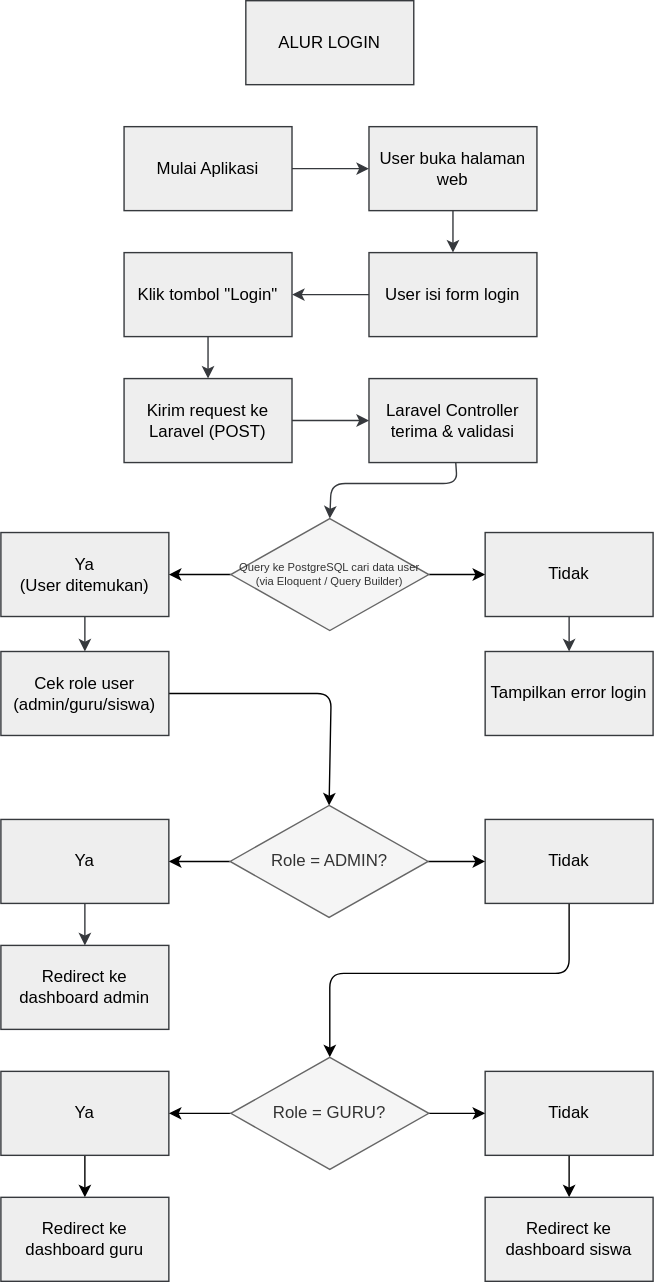
SukaMCD/Aplikasi-Guru keeps this draw.io diagram as Flowchart.drawio.svg. Above is the earlier version. Source tidied: cells renumbered, new cells last; positions are measured from the earlier drawing's top-left corner, leaving out a move shared by most shapes.
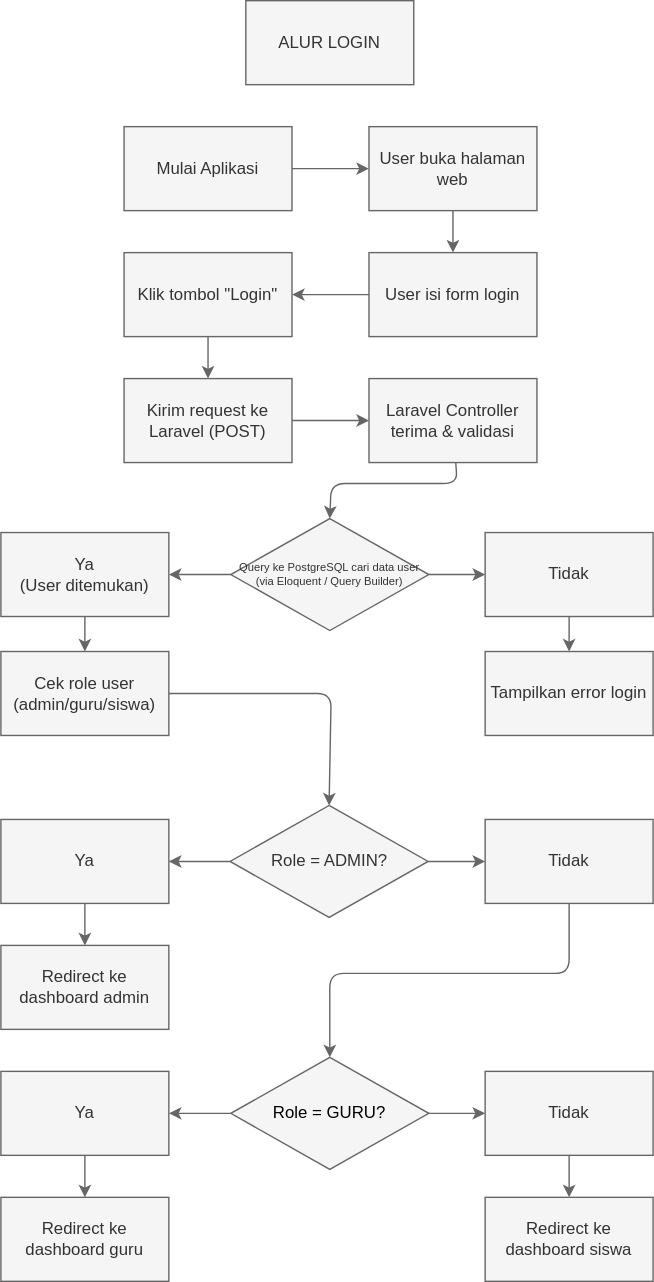
Later version of the same file.

Commit message:
FLOWCHART FIXX

Diff of the diagram source:
```diff
@@ -2,37 +2,37 @@
   <root>
     <mxCell id="0" />
     <mxCell id="1" parent="0" />
-    <mxCell id="2" style="edgeStyle=none;html=1;entryX=0;entryY=0.5;entryDx=0;entryDy=0;fillColor=#eeeeee;strokeColor=#36393d;" parent="1" edge="1" source="3" target="5">
+    <mxCell id="2" style="edgeStyle=none;html=1;entryX=0;entryY=0.5;entryDx=0;entryDy=0;fillColor=#f5f5f5;strokeColor=light-dark(#666666,#FFFFFF);" parent="1" edge="1" source="3" target="5">
       <mxGeometry relative="1" as="geometry" />
     </mxCell>
-    <mxCell id="3" value="Mulai Aplikasi" style="rounded=0;whiteSpace=wrap;html=1;fillColor=#eeeeee;strokeColor=#36393d;" parent="1" vertex="1">
+    <mxCell id="3" value="Mulai Aplikasi" style="rounded=0;whiteSpace=wrap;html=1;fillColor=#f5f5f5;strokeColor=light-dark(#666666,#FFFFFF);fontColor=#333333;" parent="1" vertex="1">
       <mxGeometry x="88" y="90" width="120" height="60" as="geometry" />
     </mxCell>
-    <mxCell id="4" style="edgeStyle=none;html=1;entryX=0.5;entryY=0;entryDx=0;entryDy=0;fillColor=#eeeeee;strokeColor=#36393d;" parent="1" edge="1" source="5" target="7">
+    <mxCell id="4" style="edgeStyle=none;html=1;entryX=0.5;entryY=0;entryDx=0;entryDy=0;fillColor=#f5f5f5;strokeColor=light-dark(#666666,#FFFFFF);" parent="1" edge="1" source="5" target="7">
       <mxGeometry relative="1" as="geometry" />
     </mxCell>
-    <mxCell id="5" value="User buka halaman web" style="rounded=0;whiteSpace=wrap;html=1;fillColor=#eeeeee;strokeColor=#36393d;" parent="1" vertex="1">
+    <mxCell id="5" value="User buka halaman web" style="rounded=0;whiteSpace=wrap;html=1;fillColor=#f5f5f5;strokeColor=light-dark(#666666,#FFFFFF);fontColor=#333333;" parent="1" vertex="1">
       <mxGeometry x="263" y="90" width="120" height="60" as="geometry" />
     </mxCell>
-    <mxCell id="6" style="edgeStyle=none;html=1;fillColor=#eeeeee;strokeColor=#36393d;" parent="1" edge="1" source="7" target="9">
+    <mxCell id="6" style="edgeStyle=none;html=1;fillColor=#f5f5f5;strokeColor=light-dark(#666666,#FFFFFF);" parent="1" edge="1" source="7" target="9">
       <mxGeometry relative="1" as="geometry" />
     </mxCell>
-    <mxCell id="7" value="User isi form login" style="rounded=0;whiteSpace=wrap;html=1;fillColor=#eeeeee;strokeColor=#36393d;" parent="1" vertex="1">
+    <mxCell id="7" value="User isi form login" style="rounded=0;whiteSpace=wrap;html=1;fillColor=#f5f5f5;strokeColor=light-dark(#666666,#FFFFFF);fontColor=#333333;" parent="1" vertex="1">
       <mxGeometry x="263" y="180" width="120" height="60" as="geometry" />
     </mxCell>
-    <mxCell id="8" style="edgeStyle=none;html=1;entryX=0.5;entryY=0;entryDx=0;entryDy=0;fillColor=#eeeeee;strokeColor=#36393d;" parent="1" edge="1" source="9" target="11">
+    <mxCell id="8" style="edgeStyle=none;html=1;entryX=0.5;entryY=0;entryDx=0;entryDy=0;fillColor=#f5f5f5;strokeColor=light-dark(#666666,#FFFFFF);" parent="1" edge="1" source="9" target="11">
       <mxGeometry relative="1" as="geometry" />
     </mxCell>
-    <mxCell id="9" value="Klik tombol &quot;Login&quot;" style="rounded=0;whiteSpace=wrap;html=1;fillColor=#eeeeee;strokeColor=#36393d;" parent="1" vertex="1">
+    <mxCell id="9" value="Klik tombol &quot;Login&quot;" style="rounded=0;whiteSpace=wrap;html=1;fillColor=#f5f5f5;strokeColor=light-dark(#666666,#FFFFFF);fontColor=#333333;" parent="1" vertex="1">
       <mxGeometry x="88" y="180" width="120" height="60" as="geometry" />
     </mxCell>
-    <mxCell id="10" style="edgeStyle=none;html=1;entryX=0;entryY=0.5;entryDx=0;entryDy=0;fillColor=#eeeeee;strokeColor=#36393d;" parent="1" edge="1" source="11" target="13">
+    <mxCell id="10" style="edgeStyle=none;html=1;entryX=0;entryY=0.5;entryDx=0;entryDy=0;fillColor=#f5f5f5;strokeColor=light-dark(#666666,#FFFFFF);" parent="1" edge="1" source="11" target="13">
       <mxGeometry relative="1" as="geometry" />
     </mxCell>
-    <mxCell id="11" value="Kirim request ke Laravel (POST)" style="rounded=0;whiteSpace=wrap;html=1;fillColor=#eeeeee;strokeColor=#36393d;" parent="1" vertex="1">
+    <mxCell id="11" value="Kirim request ke Laravel (POST)" style="rounded=0;whiteSpace=wrap;html=1;fillColor=#f5f5f5;strokeColor=light-dark(#666666,#FFFFFF);fontColor=#333333;" parent="1" vertex="1">
       <mxGeometry x="88" y="270" width="120" height="60" as="geometry" />
     </mxCell>
-    <mxCell id="12" style="edgeStyle=none;html=1;fillColor=#eeeeee;strokeColor=#36393d;entryX=0.5;entryY=0;entryDx=0;entryDy=0;" parent="1" edge="1" source="13" target="35">
+    <mxCell id="12" style="edgeStyle=none;html=1;fillColor=#f5f5f5;strokeColor=light-dark(#666666,#FFFFFF);entryX=0.5;entryY=0;entryDx=0;entryDy=0;" parent="1" edge="1" source="13" target="35">
       <mxGeometry relative="1" as="geometry">
         <Array as="points">
           <mxPoint x="326" y="345" />
@@ -40,41 +40,41 @@
         </Array>
       </mxGeometry>
     </mxCell>
-    <mxCell id="13" value="Laravel Controller terima &amp;amp; validasi" style="rounded=0;whiteSpace=wrap;html=1;fillColor=#eeeeee;strokeColor=#36393d;" parent="1" vertex="1">
+    <mxCell id="13" value="Laravel Controller terima &amp;amp; validasi" style="rounded=0;whiteSpace=wrap;html=1;fillColor=#f5f5f5;strokeColor=light-dark(#666666,#FFFFFF);fontColor=#333333;" parent="1" vertex="1">
       <mxGeometry x="263" y="270" width="120" height="60" as="geometry" />
     </mxCell>
-    <mxCell id="14" style="edgeStyle=none;html=1;fillColor=#eeeeee;strokeColor=#36393d;" parent="1" edge="1" source="15" target="19">
+    <mxCell id="14" style="edgeStyle=none;html=1;fillColor=#f5f5f5;strokeColor=light-dark(#666666,#FFFFFF);" parent="1" edge="1" source="15" target="19">
       <mxGeometry relative="1" as="geometry" />
     </mxCell>
-    <mxCell id="15" value="Ya&lt;div&gt;(User ditemukan)&lt;/div&gt;" style="rounded=0;whiteSpace=wrap;html=1;fillColor=#eeeeee;strokeColor=#36393d;" parent="1" vertex="1">
+    <mxCell id="15" value="Ya&lt;div&gt;(User ditemukan)&lt;/div&gt;" style="rounded=0;whiteSpace=wrap;html=1;fillColor=#f5f5f5;strokeColor=light-dark(#666666,#FFFFFF);fontColor=#333333;" parent="1" vertex="1">
       <mxGeometry y="380" width="120" height="60" as="geometry" />
     </mxCell>
-    <mxCell id="16" style="edgeStyle=none;html=1;fillColor=#eeeeee;strokeColor=#36393d;" parent="1" edge="1" source="17" target="20">
+    <mxCell id="16" style="edgeStyle=none;html=1;fillColor=#f5f5f5;strokeColor=light-dark(#666666,#FFFFFF);" parent="1" edge="1" source="17" target="20">
       <mxGeometry relative="1" as="geometry" />
     </mxCell>
-    <mxCell id="17" value="Tidak" style="rounded=0;whiteSpace=wrap;html=1;fillColor=#eeeeee;strokeColor=#36393d;" parent="1" vertex="1">
+    <mxCell id="17" value="Tidak" style="rounded=0;whiteSpace=wrap;html=1;fillColor=#f5f5f5;strokeColor=light-dark(#666666,#FFFFFF);fontColor=#333333;" parent="1" vertex="1">
       <mxGeometry x="346" y="380" width="120" height="60" as="geometry" />
     </mxCell>
-    <mxCell id="18" style="edgeStyle=none;html=1;entryX=0.5;entryY=0;entryDx=0;entryDy=0;" parent="1" edge="1" source="19" target="38">
+    <mxCell id="18" style="edgeStyle=none;html=1;entryX=0.5;entryY=0;entryDx=0;entryDy=0;fillColor=#f5f5f5;strokeColor=light-dark(#666666,#FFFFFF);" parent="1" edge="1" source="19" target="38">
       <mxGeometry relative="1" as="geometry">
         <Array as="points">
           <mxPoint x="236" y="495" />
         </Array>
       </mxGeometry>
     </mxCell>
-    <mxCell id="19" value="Cek role user (admin/guru/siswa)" style="rounded=0;whiteSpace=wrap;html=1;fillColor=#eeeeee;strokeColor=#36393d;" parent="1" vertex="1">
+    <mxCell id="19" value="Cek role user (admin/guru/siswa)" style="rounded=0;whiteSpace=wrap;html=1;fillColor=#f5f5f5;strokeColor=light-dark(#666666,#FFFFFF);fontColor=#333333;" parent="1" vertex="1">
       <mxGeometry y="465" width="120" height="60" as="geometry" />
     </mxCell>
-    <mxCell id="20" value="Tampilkan error login" style="rounded=0;whiteSpace=wrap;html=1;fillColor=#eeeeee;strokeColor=#36393d;" parent="1" vertex="1">
+    <mxCell id="20" value="Tampilkan error login" style="rounded=0;whiteSpace=wrap;html=1;fillColor=#f5f5f5;strokeColor=light-dark(#666666,#FFFFFF);fontColor=#333333;" parent="1" vertex="1">
       <mxGeometry x="346" y="465" width="120" height="60" as="geometry" />
     </mxCell>
-    <mxCell id="21" style="edgeStyle=none;html=1;fillColor=#eeeeee;strokeColor=#36393d;" parent="1" edge="1" source="22" target="25">
+    <mxCell id="21" style="edgeStyle=none;html=1;fillColor=#f5f5f5;strokeColor=light-dark(#666666,#FFFFFF);" parent="1" edge="1" source="22" target="25">
       <mxGeometry relative="1" as="geometry" />
     </mxCell>
-    <mxCell id="22" value="Ya" style="rounded=0;whiteSpace=wrap;html=1;fillColor=#eeeeee;strokeColor=#36393d;" parent="1" vertex="1">
+    <mxCell id="22" value="Ya" style="rounded=0;whiteSpace=wrap;html=1;fillColor=#f5f5f5;strokeColor=light-dark(#666666,#FFFFFF);fontColor=#333333;" parent="1" vertex="1">
       <mxGeometry y="585" width="120" height="60" as="geometry" />
     </mxCell>
-    <mxCell id="23" style="edgeStyle=none;html=1;entryX=0.5;entryY=0;entryDx=0;entryDy=0;" parent="1" edge="1" source="24" target="41">
+    <mxCell id="23" style="edgeStyle=none;html=1;entryX=0.5;entryY=0;entryDx=0;entryDy=0;fillColor=#f5f5f5;strokeColor=light-dark(#666666,#FFFFFF);" parent="1" edge="1" source="24" target="41">
       <mxGeometry relative="1" as="geometry">
         <Array as="points">
           <mxPoint x="406" y="695" />
@@ -82,58 +82,58 @@
         </Array>
       </mxGeometry>
     </mxCell>
-    <mxCell id="24" value="Tidak" style="rounded=0;whiteSpace=wrap;html=1;fillColor=#eeeeee;strokeColor=#36393d;" parent="1" vertex="1">
+    <mxCell id="24" value="Tidak" style="rounded=0;whiteSpace=wrap;html=1;fillColor=#f5f5f5;strokeColor=light-dark(#666666,#FFFFFF);fontColor=#333333;" parent="1" vertex="1">
       <mxGeometry x="346" y="585" width="120" height="60" as="geometry" />
     </mxCell>
-    <mxCell id="25" value="Redirect ke dashboard admin" style="rounded=0;whiteSpace=wrap;html=1;fillColor=#eeeeee;strokeColor=#36393d;" parent="1" vertex="1">
+    <mxCell id="25" value="Redirect ke dashboard admin" style="rounded=0;whiteSpace=wrap;html=1;fillColor=#f5f5f5;strokeColor=light-dark(#666666,#FFFFFF);fontColor=#333333;" parent="1" vertex="1">
       <mxGeometry y="675" width="120" height="60" as="geometry" />
     </mxCell>
-    <mxCell id="26" style="edgeStyle=none;html=1;exitX=0.5;exitY=1;exitDx=0;exitDy=0;entryX=0.5;entryY=0;entryDx=0;entryDy=0;" parent="1" edge="1" source="27" target="31">
+    <mxCell id="26" style="edgeStyle=none;html=1;exitX=0.5;exitY=1;exitDx=0;exitDy=0;entryX=0.5;entryY=0;entryDx=0;entryDy=0;fillColor=#f5f5f5;strokeColor=light-dark(#666666,#FFFFFF);" parent="1" edge="1" source="27" target="31">
       <mxGeometry relative="1" as="geometry" />
     </mxCell>
-    <mxCell id="27" value="Ya" style="rounded=0;whiteSpace=wrap;html=1;fillColor=#eeeeee;strokeColor=#36393d;" parent="1" vertex="1">
+    <mxCell id="27" value="Ya" style="rounded=0;whiteSpace=wrap;html=1;fillColor=#f5f5f5;strokeColor=light-dark(#666666,#FFFFFF);fontColor=#333333;" parent="1" vertex="1">
       <mxGeometry y="765" width="120" height="60" as="geometry" />
     </mxCell>
-    <mxCell id="28" style="edgeStyle=none;html=1;exitX=0.5;exitY=1;exitDx=0;exitDy=0;entryX=0.5;entryY=0;entryDx=0;entryDy=0;" parent="1" edge="1" source="29" target="32">
+    <mxCell id="28" style="edgeStyle=none;html=1;exitX=0.5;exitY=1;exitDx=0;exitDy=0;entryX=0.5;entryY=0;entryDx=0;entryDy=0;fillColor=#f5f5f5;strokeColor=light-dark(#666666,#FFFFFF);" parent="1" edge="1" source="29" target="32">
       <mxGeometry relative="1" as="geometry" />
     </mxCell>
-    <mxCell id="29" value="Tidak" style="rounded=0;whiteSpace=wrap;html=1;fillColor=#eeeeee;strokeColor=#36393d;" parent="1" vertex="1">
+    <mxCell id="29" value="Tidak" style="rounded=0;whiteSpace=wrap;html=1;labelBackgroundColor=none;fillColor=#f5f5f5;fontColor=#333333;strokeColor=light-dark(#666666,#FFFFFF);" parent="1" vertex="1">
       <mxGeometry x="346" y="765" width="120" height="60" as="geometry" />
     </mxCell>
-    <mxCell id="30" value="ALUR LOGIN" style="rounded=0;whiteSpace=wrap;html=1;fillColor=#eeeeee;strokeColor=#36393d;" parent="1" vertex="1">
+    <mxCell id="30" value="ALUR LOGIN" style="rounded=0;whiteSpace=wrap;html=1;fillColor=#f5f5f5;strokeColor=light-dark(#666666,#FFFFFF);fontColor=#333333;" parent="1" vertex="1">
       <mxGeometry x="175" width="120" height="60" as="geometry" />
     </mxCell>
-    <mxCell id="31" value="Redirect ke dashboard guru" style="rounded=0;whiteSpace=wrap;html=1;fillColor=#eeeeee;strokeColor=#36393d;" parent="1" vertex="1">
+    <mxCell id="31" value="Redirect ke dashboard guru" style="rounded=0;whiteSpace=wrap;html=1;fillColor=#f5f5f5;strokeColor=light-dark(#666666,#FFFFFF);fontColor=#333333;" parent="1" vertex="1">
       <mxGeometry y="855" width="120" height="60" as="geometry" />
     </mxCell>
-    <mxCell id="32" value="Redirect ke dashboard siswa" style="rounded=0;whiteSpace=wrap;html=1;fillColor=#eeeeee;strokeColor=#36393d;" parent="1" vertex="1">
+    <mxCell id="32" value="Redirect ke dashboard siswa" style="rounded=0;whiteSpace=wrap;html=1;fillColor=#f5f5f5;strokeColor=light-dark(#666666,#FFFFFF);fontColor=#333333;" parent="1" vertex="1">
       <mxGeometry x="346" y="855" width="120" height="60" as="geometry" />
     </mxCell>
-    <mxCell id="33" style="edgeStyle=none;html=1;entryX=1;entryY=0.5;entryDx=0;entryDy=0;" parent="1" edge="1" source="35" target="15">
+    <mxCell id="33" style="edgeStyle=none;html=1;entryX=1;entryY=0.5;entryDx=0;entryDy=0;fillColor=#f5f5f5;strokeColor=light-dark(#666666,#FFFFFF);" parent="1" edge="1" source="35" target="15">
       <mxGeometry relative="1" as="geometry" />
     </mxCell>
-    <mxCell id="34" style="edgeStyle=none;html=1;exitX=1;exitY=0.5;exitDx=0;exitDy=0;entryX=0;entryY=0.5;entryDx=0;entryDy=0;" parent="1" edge="1" source="35" target="17">
+    <mxCell id="34" style="edgeStyle=none;html=1;exitX=1;exitY=0.5;exitDx=0;exitDy=0;entryX=0;entryY=0.5;entryDx=0;entryDy=0;fillColor=#f5f5f5;strokeColor=light-dark(#666666,#FFFFFF);" parent="1" edge="1" source="35" target="17">
       <mxGeometry relative="1" as="geometry" />
     </mxCell>
-    <mxCell id="35" value="Query ke PostgreSQL cari data user&lt;span style=&quot;background-color: transparent;&quot;&gt;&amp;nbsp;(via Eloquent / Query Builder)&amp;nbsp;&lt;/span&gt;" style="rhombus;whiteSpace=wrap;html=1;fontSize=8;fillColor=#f5f5f5;fontColor=#333333;strokeColor=#666666;" parent="1" vertex="1">
+    <mxCell id="35" value="Query ke PostgreSQL cari data user&lt;span style=&quot;background-color: transparent;&quot;&gt;&amp;nbsp;(via Eloquent / Query Builder)&amp;nbsp;&lt;/span&gt;" style="rhombus;whiteSpace=wrap;html=1;fontSize=8;fillColor=#f5f5f5;fontColor=#333333;strokeColor=light-dark(#666666,#FFFFFF);" parent="1" vertex="1">
       <mxGeometry x="164.2" y="370" width="141.5" height="80" as="geometry" />
     </mxCell>
-    <mxCell id="36" style="edgeStyle=none;html=1;entryX=0;entryY=0.5;entryDx=0;entryDy=0;" parent="1" edge="1" source="38" target="24">
+    <mxCell id="36" style="edgeStyle=none;html=1;entryX=0;entryY=0.5;entryDx=0;entryDy=0;fillColor=#f5f5f5;strokeColor=light-dark(#666666,#FFFFFF);" parent="1" edge="1" source="38" target="24">
       <mxGeometry relative="1" as="geometry" />
     </mxCell>
-    <mxCell id="37" style="edgeStyle=none;html=1;entryX=1;entryY=0.5;entryDx=0;entryDy=0;" parent="1" edge="1" source="38" target="22">
+    <mxCell id="37" style="edgeStyle=none;html=1;entryX=1;entryY=0.5;entryDx=0;entryDy=0;fillColor=#f5f5f5;strokeColor=light-dark(#666666,#FFFFFF);" parent="1" edge="1" source="38" target="22">
       <mxGeometry relative="1" as="geometry" />
     </mxCell>
-    <mxCell id="38" value="&lt;span style=&quot;font-size: 12px;&quot;&gt;Role = ADMIN?&lt;/span&gt;" style="rhombus;whiteSpace=wrap;html=1;fontSize=8;fillColor=#f5f5f5;fontColor=light-dark(#333333,#FFFFFF);strokeColor=#666666;" parent="1" vertex="1">
+    <mxCell id="38" value="&lt;span style=&quot;font-size: 12px;&quot;&gt;Role = ADMIN?&lt;/span&gt;" style="rhombus;whiteSpace=wrap;html=1;fontSize=8;fillColor=#f5f5f5;fontColor=#333333;strokeColor=light-dark(#666666,#FFFFFF);" parent="1" vertex="1">
       <mxGeometry x="163.8" y="575" width="141.5" height="80" as="geometry" />
     </mxCell>
-    <mxCell id="39" style="edgeStyle=none;html=1;entryX=0;entryY=0.5;entryDx=0;entryDy=0;" parent="1" edge="1" source="41" target="29">
+    <mxCell id="39" style="edgeStyle=none;html=1;entryX=0;entryY=0.5;entryDx=0;entryDy=0;fillColor=#f5f5f5;strokeColor=light-dark(#666666,#FFFFFF);" parent="1" edge="1" source="41" target="29">
       <mxGeometry relative="1" as="geometry" />
     </mxCell>
-    <mxCell id="40" style="edgeStyle=none;html=1;entryX=1;entryY=0.5;entryDx=0;entryDy=0;" parent="1" edge="1" source="41" target="27">
+    <mxCell id="40" style="edgeStyle=none;html=1;entryX=1;entryY=0.5;entryDx=0;entryDy=0;fillColor=#f5f5f5;strokeColor=light-dark(#666666,#FFFFFF);" parent="1" edge="1" source="41" target="27">
       <mxGeometry relative="1" as="geometry" />
     </mxCell>
-    <mxCell id="41" value="&lt;span style=&quot;font-size: 12px;&quot;&gt;Role = GURU?&lt;/span&gt;" style="rhombus;whiteSpace=wrap;html=1;fontSize=8;fillColor=#f5f5f5;fontColor=light-dark(#333333,#FFFFFF);strokeColor=#666666;" parent="1" vertex="1">
+    <mxCell id="41" value="&lt;span style=&quot;font-size: 12px;&quot;&gt;&lt;font style=&quot;color: light-dark(rgb(0, 0, 0), rgb(255, 255, 255));&quot;&gt;Role = GURU?&lt;/font&gt;&lt;/span&gt;" style="rhombus;whiteSpace=wrap;html=1;fontSize=8;labelBorderColor=none;fillColor=#f5f5f5;fontColor=#333333;strokeColor=light-dark(#666666,#FFFFFF);fillStyle=auto;" parent="1" vertex="1">
       <mxGeometry x="164.2" y="755" width="141.5" height="80" as="geometry" />
     </mxCell>
   </root>
```
